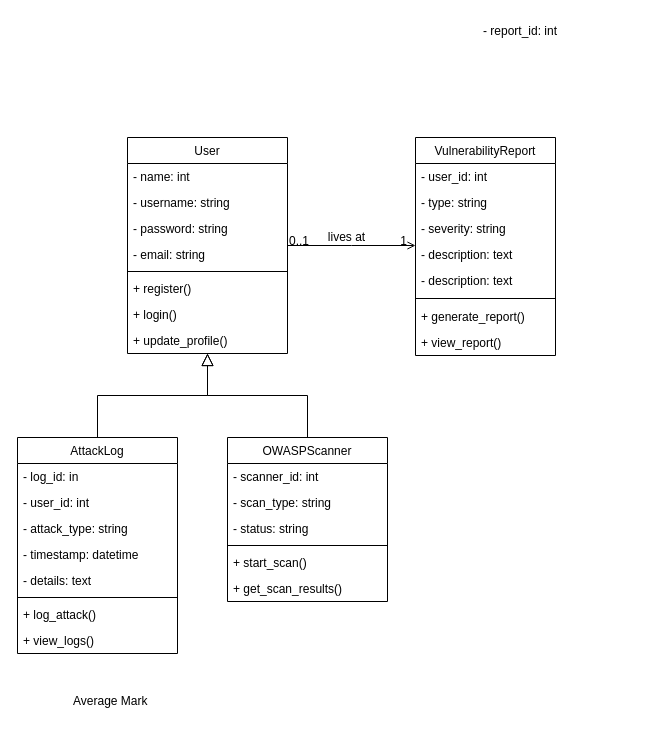
Before: Untitled Diagram.drawio in grythman/W.A.I.D.S, a draw.io diagram. Source tidied: cells renumbered, new cells numbered last; positions are measured from the earlier drawing's top-left corner, leaving out a move shared by most shapes. Both pictures are drawn from the tidied source at 100%, with x=0, y=0 at pixel (17, 17).
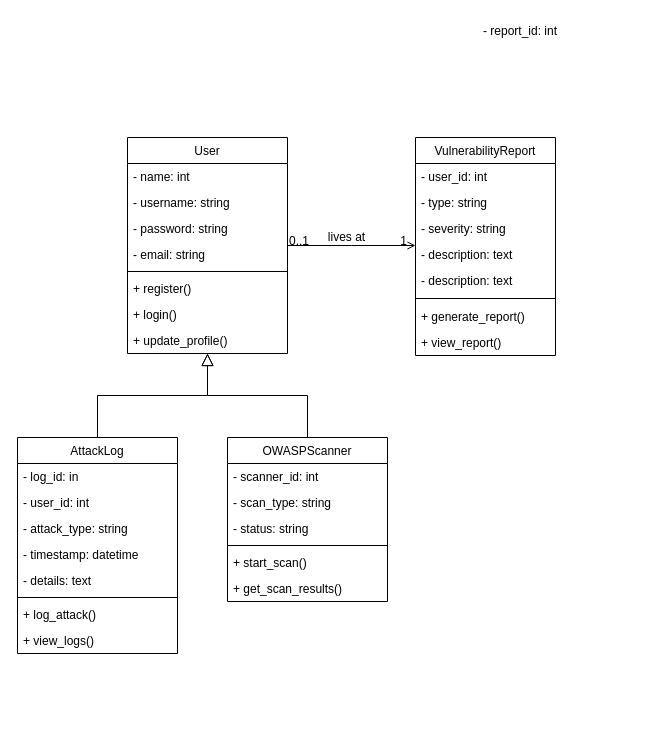
The same page after the edit.

The edit, as a diff of the source:
```diff
@@
-    <mxCell id="43" value="Average Mark" style="text;align=left;verticalAlign=top;spacingLeft=4;spacingRight=4;overflow=hidden;rounded=0;shadow=0;html=0;" parent="1" vertex="1">
-      <mxGeometry x="50" y="670" width="160" height="26" as="geometry" />
-    </mxCell>
```
